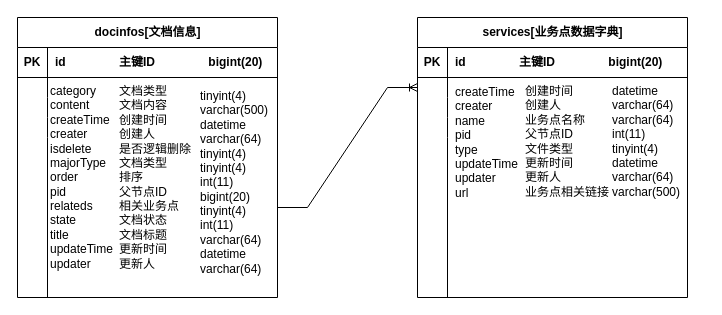
Earlier version of the draw.io diagram 文档平台2.drawio (liyangyangi/dw). Source tidied: cells renumbered, new cells numbered last; positions are measured from the earlier drawing's top-left corner, leaving out a move shared by most shapes. Both pictures are drawn from the tidied source at 100%, with x=0, y=0 at pixel (17, 17).
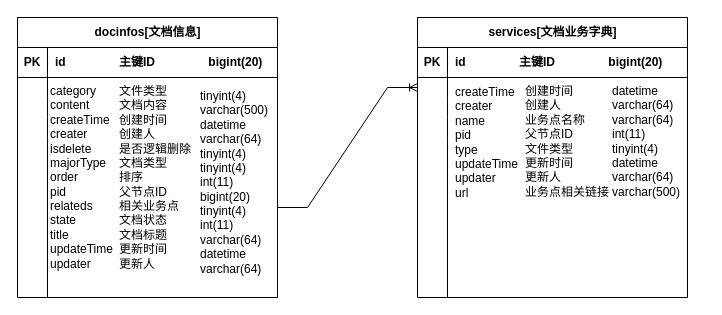
The same page after the edit.

Commit message (it also covers changes not shown here):
更新文档平台2.drawio

Diff of the diagram source:
```diff
@@
-    <mxCell id="28" value="&lt;div&gt;&lt;span style=&quot;background-color: initial;&quot;&gt;文档类型&lt;/span&gt;&lt;/div&gt;&lt;div&gt;文档内容&lt;/div&gt;&lt;div&gt;创建时间&lt;/div&gt;&lt;div&gt;创建人&lt;/div&gt;&lt;div&gt;是否逻辑删除&lt;/div&gt;&lt;div&gt;文档类型&lt;/div&gt;&lt;div&gt;排序&lt;/div&gt;&lt;div&gt;父节点ID&lt;/div&gt;&lt;div&gt;相关业务点&lt;/div&gt;&lt;div&gt;文档状态&lt;/div&gt;文档标题&lt;div&gt;更新时间&lt;/div&gt;&lt;div&gt;更新人&lt;/div&gt;" style="shape=partialRectangle;fillColor=none;top=0;left=0;bottom=0;right=0;align=left;spacingLeft=6;overflow=hidden;whiteSpace=wrap;html=1;" parent="1" vertex="1">
+    <mxCell id="28" value="&lt;div&gt;&lt;span style=&quot;background-color: initial;&quot;&gt;文件类型&lt;/span&gt;&lt;/div&gt;&lt;div&gt;文档内容&lt;/div&gt;&lt;div&gt;创建时间&lt;/div&gt;&lt;div&gt;创建人&lt;/div&gt;&lt;div&gt;是否逻辑删除&lt;/div&gt;&lt;div&gt;文档类型&lt;/div&gt;&lt;div&gt;排序&lt;/div&gt;&lt;div&gt;父节点ID&lt;/div&gt;&lt;div&gt;相关业务点&lt;/div&gt;&lt;div&gt;文档状态&lt;/div&gt;文档标题&lt;div&gt;更新时间&lt;/div&gt;&lt;div&gt;更新人&lt;/div&gt;" style="shape=partialRectangle;fillColor=none;top=0;left=0;bottom=0;right=0;align=left;spacingLeft=6;overflow=hidden;whiteSpace=wrap;html=1;" parent="1" vertex="1">
       <mxGeometry x="94" y="60" width="90" height="200" as="geometry" />
     </mxCell>
-    <mxCell id="29" value="services[业务点数据字典]" style="shape=table;startSize=30;childLayout=tableLayout;rowLines=0;fontStyle=1;align=center;html=1;" parent="1" vertex="1">
+    <mxCell id="29" value="services[文档业务字典]" style="shape=table;startSize=30;childLayout=tableLayout;rowLines=0;fontStyle=1;align=center;html=1;" parent="1" vertex="1">
       <mxGeometry x="400" width="270" height="280" as="geometry" />
     </mxCell>
```
